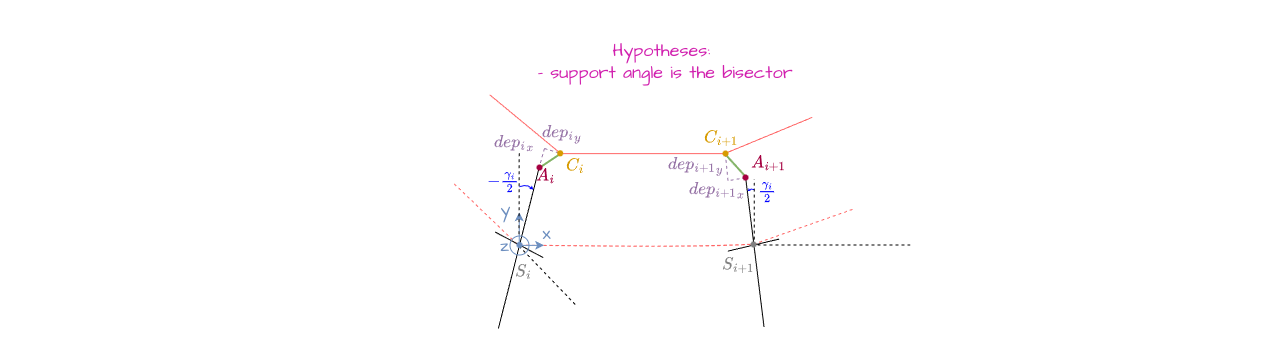
Above: docs/user_guide/assets/angle_line_points.drawio.png in phlowers/mechaphlowers (draw.io), before the change. Source tidied: cells renumbered, new cells last; positions are measured from the earlier drawing's top-left corner, leaving out a move shared by most shapes.
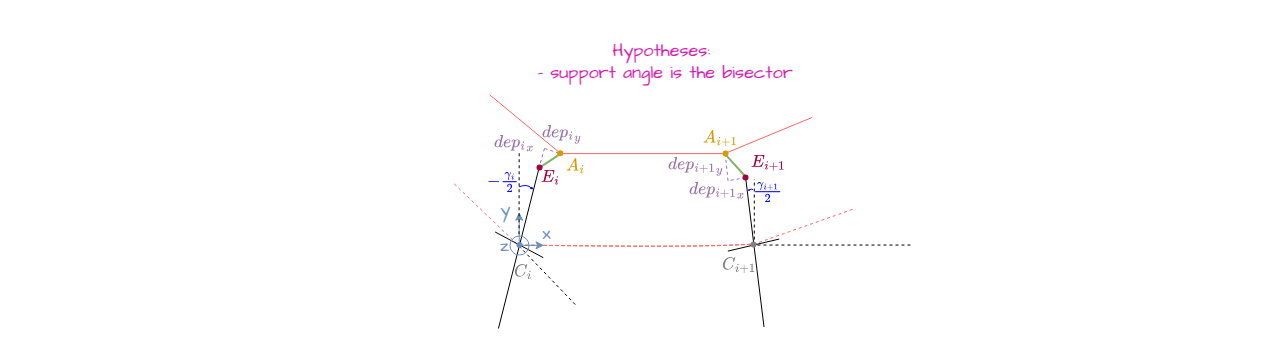
After the commit.

Change to the diagram source:
```diff
@@ -5,8 +5,8 @@
     <mxCell id="2" style="rounded=0;whiteSpace=wrap;html=1;sketch=1;hachureGap=4;jiggle=2;curveFitting=1;fontFamily=Architects Daughter;fontSource=https%3A%2F%2Ffonts.googleapis.com%2Fcss%3Ffamily%3DArchitects%2BDaughter;fontSize=18;fillColor=default;strokeColor=none;" parent="1" vertex="1">
       <mxGeometry width="1270.1" height="350" as="geometry" />
     </mxCell>
-    <mxCell id="3" value="&lt;font style=&quot;color: rgb(165, 0, 64);&quot; face=&quot;Architects daughter&quot;&gt;\(A_i\)&lt;/font&gt;" style="text;html=1;align=center;verticalAlign=middle;strokeColor=none;fillColor=none;fontSize=18;" parent="1" vertex="1">
-      <mxGeometry x="505" y="155" width="80" height="40" as="geometry" />
+    <mxCell id="3" value="&lt;font style=&quot;color: rgb(165, 0, 64);&quot; face=&quot;Architects daughter&quot;&gt;\(E_i\)&lt;/font&gt;" style="text;html=1;align=center;verticalAlign=middle;strokeColor=none;fillColor=none;fontSize=18;" parent="1" vertex="1">
+      <mxGeometry x="510" y="157" width="80" height="40" as="geometry" />
     </mxCell>
     <mxCell id="4" value="&lt;font style=&quot;color: rgb(209, 31, 174);&quot;&gt;Hypotheses:&amp;nbsp;&lt;/font&gt;&lt;div&gt;&lt;font style=&quot;color: rgb(209, 31, 174);&quot;&gt;- support angle is the bisector&lt;/font&gt;&lt;/div&gt;" style="text;html=1;strokeColor=none;fillColor=none;align=center;verticalAlign=middle;whiteSpace=wrap;rounded=0;labelBackgroundColor=none;sketch=0;hachureGap=4;jiggle=2;curveFitting=1;strokeWidth=2;fontFamily=Architects Daughter;fontSource=https%3A%2F%2Ffonts.googleapis.com%2Fcss%3Ffamily%3DArchitects%2BDaughter;fontSize=18;fontColor=#D11FAE;flipV=0;" parent="1" vertex="1">
       <mxGeometry x="430" y="12.3" width="470" height="100.1" as="geometry" />
@@ -62,7 +62,7 @@
         <mxPoint y="73.9" as="targetPoint" />
       </mxGeometry>
     </mxCell>
-    <mxCell id="14" value="&lt;font style=&quot;color: rgb(128, 128, 128);&quot; face=&quot;Architects daughter&quot;&gt;\(S_i\)&lt;/font&gt;" style="text;html=1;align=center;verticalAlign=middle;strokeColor=none;fillColor=none;fontSize=18;" parent="11" vertex="1">
+    <mxCell id="14" value="&lt;font style=&quot;color: rgb(128, 128, 128);&quot; face=&quot;Architects daughter&quot;&gt;\(C_i\)&lt;/font&gt;" style="text;html=1;align=center;verticalAlign=middle;strokeColor=none;fillColor=none;fontSize=18;" parent="11" vertex="1">
       <mxGeometry x="-11.7" y="93.4" width="80" height="40" as="geometry" />
     </mxCell>
     <mxCell id="15" style="group;rotation=-9.9;hachureGap=4;fontFamily=Architects Daughter;fontSource=https%3A%2F%2Ffonts.googleapis.com%2Fcss%3Ffamily%3DArchitects%2BDaughter;fontSize=18;flipV=0;" parent="1" vertex="1">
@@ -92,10 +92,10 @@
         <mxPoint x="753.7" y="243.6" as="targetPoint" />
       </mxGeometry>
     </mxCell>
-    <mxCell id="20" value="&lt;font style=&quot;color: rgb(128, 128, 128);&quot; face=&quot;Architects daughter&quot;&gt;\(S_{i+1}\)&lt;/font&gt;" style="text;html=1;align=center;verticalAlign=middle;strokeColor=none;fillColor=none;fontSize=18;" parent="1" vertex="1">
+    <mxCell id="20" value="&lt;font style=&quot;color: rgb(128, 128, 128);&quot; face=&quot;Architects daughter&quot;&gt;\(C_{i+1}\)&lt;/font&gt;" style="text;html=1;align=center;verticalAlign=middle;strokeColor=none;fillColor=none;fontSize=18;" parent="1" vertex="1">
       <mxGeometry x="683" y="244" width="110" height="40" as="geometry" />
     </mxCell>
-    <mxCell id="21" value="&lt;font style=&quot;color: rgb(215, 155, 0);&quot; face=&quot;Architects daughter&quot;&gt;\(C_i\)&lt;/font&gt;" style="text;html=1;align=center;verticalAlign=middle;strokeColor=none;fillColor=none;fontSize=18;" parent="1" vertex="1">
+    <mxCell id="21" value="&lt;font style=&quot;color: rgb(215, 155, 0);&quot; face=&quot;Architects daughter&quot;&gt;\(A_i\)&lt;/font&gt;" style="text;html=1;align=center;verticalAlign=middle;strokeColor=none;fillColor=none;fontSize=18;" parent="1" vertex="1">
       <mxGeometry x="534.9" y="144.8" width="80" height="40" as="geometry" />
     </mxCell>
     <mxCell id="22" style="edgeStyle=none;orthogonalLoop=1;jettySize=auto;html=1;fillColor=#d5e8d4;strokeColor=#82b366;strokeWidth=2;endArrow=none;endFill=0;fontSize=18;" parent="1" edge="1">
@@ -116,10 +116,10 @@
     <mxCell id="25" value="&lt;font style=&quot;color: rgb(150, 115, 166);&quot; face=&quot;Architects daughter&quot;&gt;\({dep_{i+1}}_y\)&lt;/font&gt;" style="text;html=1;align=center;verticalAlign=middle;strokeColor=none;fillColor=none;fontSize=18;" parent="1" vertex="1">
       <mxGeometry x="614.9" y="144" width="160" height="40" as="geometry" />
     </mxCell>
-    <mxCell id="26" value="&lt;font style=&quot;color: rgb(215, 155, 0);&quot; face=&quot;Architects daughter&quot;&gt;\(C_{i+1}\)&lt;/font&gt;" style="text;html=1;align=center;verticalAlign=middle;strokeColor=none;fillColor=none;fontSize=18;" parent="1" vertex="1">
+    <mxCell id="26" value="&lt;font style=&quot;color: rgb(215, 155, 0);&quot; face=&quot;Architects daughter&quot;&gt;\(A_{i+1}\)&lt;/font&gt;" style="text;html=1;align=center;verticalAlign=middle;strokeColor=none;fillColor=none;fontSize=18;" parent="1" vertex="1">
       <mxGeometry x="665" y="117" width="110" height="40" as="geometry" />
     </mxCell>
-    <mxCell id="27" value="&lt;font style=&quot;color: rgb(165, 0, 64);&quot; face=&quot;Architects daughter&quot;&gt;\(A_{i+1}\)&lt;/font&gt;" style="text;html=1;align=center;verticalAlign=middle;strokeColor=none;fillColor=none;fontSize=18;" parent="1" vertex="1">
+    <mxCell id="27" value="&lt;font style=&quot;color: rgb(165, 0, 64);&quot; face=&quot;Architects daughter&quot;&gt;\(E_{i+1}\)&lt;/font&gt;" style="text;html=1;align=center;verticalAlign=middle;strokeColor=none;fillColor=none;fontSize=18;" parent="1" vertex="1">
       <mxGeometry x="713" y="142" width="110" height="40" as="geometry" />
     </mxCell>
     <mxCell id="28" value="&lt;font style=&quot;color: rgb(150, 115, 166);&quot; face=&quot;Architects daughter&quot;&gt;\({dep_i}_y\)&lt;/font&gt;" style="text;html=1;align=center;verticalAlign=middle;strokeColor=none;fillColor=none;fontSize=18;" parent="1" vertex="1">
@@ -215,7 +215,7 @@
         </Array>
       </mxGeometry>
     </mxCell>
-    <mxCell id="47" value="&lt;span style=&quot;font-family: &amp;quot;Architects Daughter&amp;quot;;&quot;&gt;&lt;font style=&quot;color: rgb(0, 0, 255);&quot;&gt;\(\frac{\gamma_i}{2}\)&lt;/font&gt;&lt;/span&gt;" style="edgeLabel;html=1;align=center;verticalAlign=middle;fontSize=18;" parent="46" vertex="1">
+    <mxCell id="47" value="&lt;span style=&quot;font-family: &amp;quot;Architects Daughter&amp;quot;;&quot;&gt;&lt;font style=&quot;color: rgb(0, 0, 255);&quot;&gt;\(\frac{\gamma_{i+1}}{2}\)&lt;/font&gt;&lt;/span&gt;" style="edgeLabel;html=1;align=center;verticalAlign=middle;fontSize=18;" parent="46" vertex="1">
       <mxGeometry x="-0.31" y="-1" relative="1" as="geometry">
         <mxPoint x="15" y="4" as="offset" />
       </mxGeometry>
```
